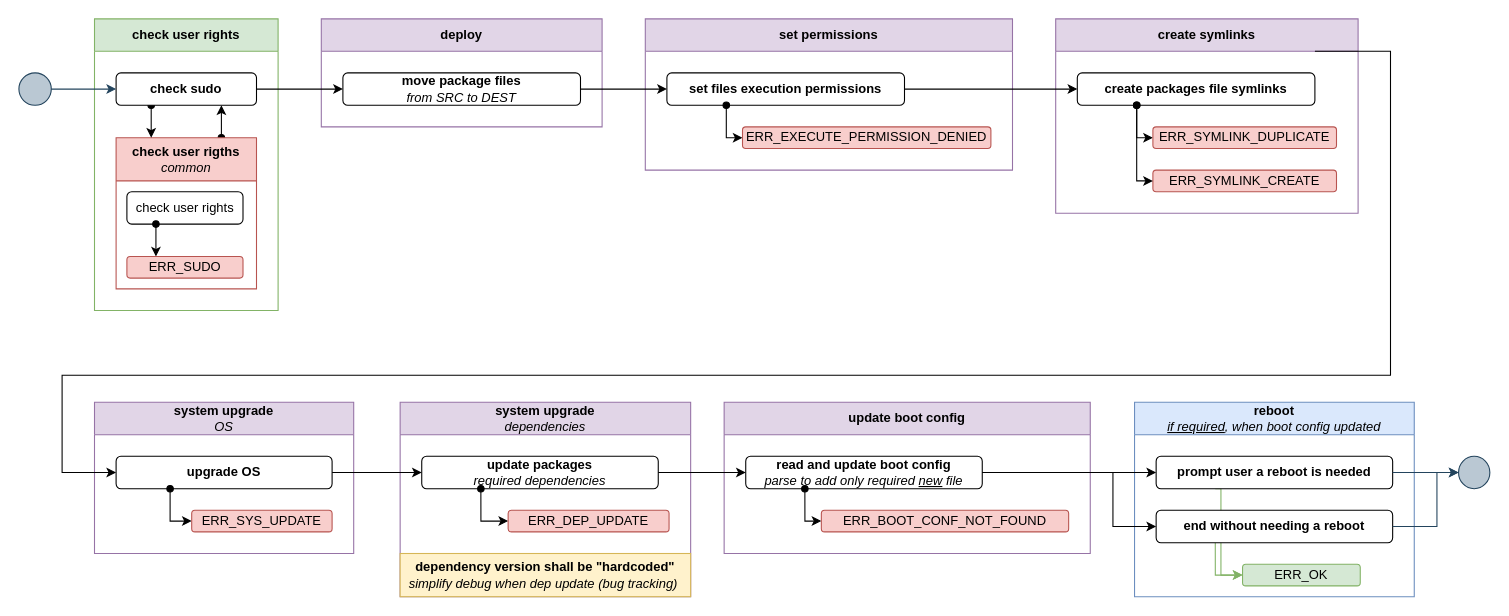
Above: page "install" (2 of 8) of docs/arch/arch.drawio in repeact/embedded-sw (draw.io), before the change. Source tidied: cells renumbered, new cells numbered last; positions are measured from the earlier drawing's top-left corner, leaving out a move shared by most shapes. Both pictures are drawn from the tidied source at 108%, with x=0, y=0 at pixel (18, 18).
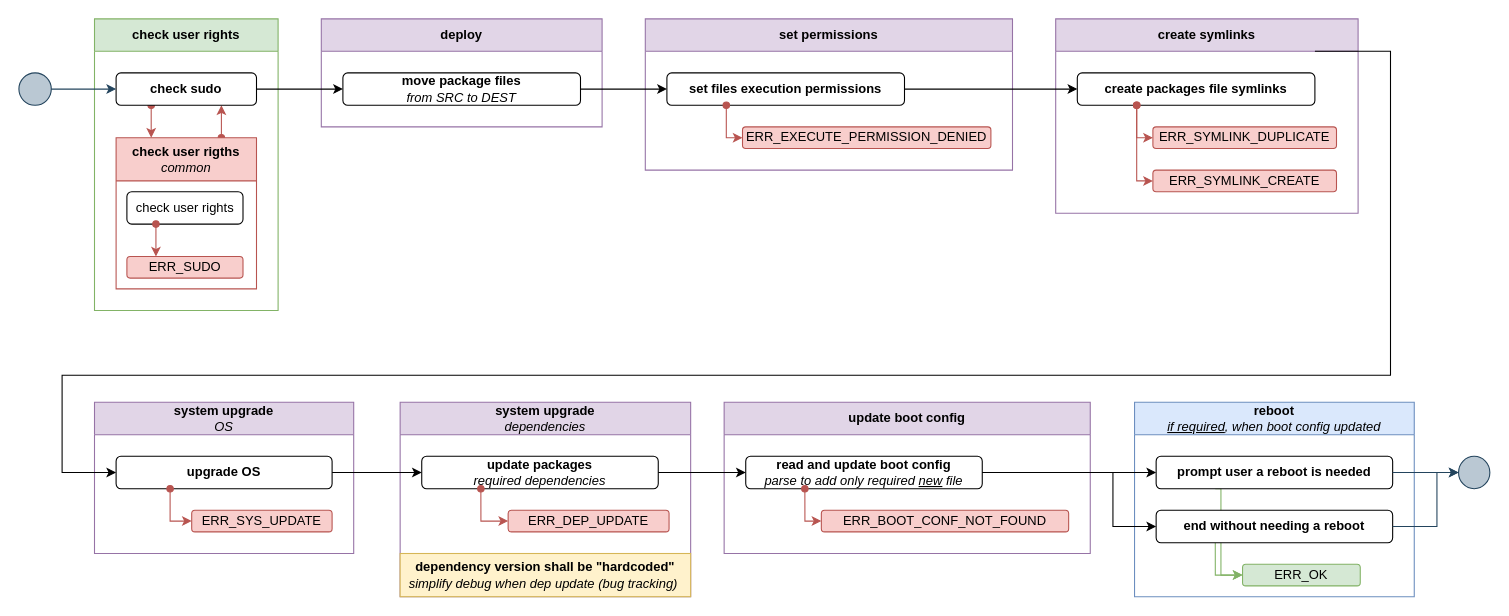
Above is the later version.

The change refers to these unchanged cells:
```xml
<mxCell id="2" value="check user rights" style="swimlane;whiteSpace=wrap;html=1;startSize=30;fillColor=#d5e8d4;strokeColor=#82b366;" parent="1" vertex="1">
  <mxGeometry x="70" width="170" height="270" as="geometry" />
</mxCell>
<mxCell id="4" value="check user rigths&lt;div&gt;&lt;i style=&quot;font-weight: normal;&quot;&gt;common&lt;/i&gt;&lt;/div&gt;" style="swimlane;whiteSpace=wrap;html=1;startSize=40;fillColor=#f8cecc;strokeColor=#b85450;" parent="2" vertex="1">
  <mxGeometry x="20" y="110" width="130" height="140" as="geometry" />
</mxCell>
<mxCell id="5" value="check user rights" style="rounded=1;whiteSpace=wrap;html=1;" parent="4" vertex="1">
  <mxGeometry x="10" y="50" width="107.5" height="30" as="geometry" />
</mxCell>
<mxCell id="7" value="ERR_SUDO" style="rounded=1;whiteSpace=wrap;html=1;fillColor=#f8cecc;strokeColor=#b85450;" parent="4" vertex="1">
  <mxGeometry x="10" y="110" width="107.5" height="20" as="geometry" />
</mxCell>
<mxCell id="9" value="&lt;b&gt;check sudo&lt;/b&gt;" style="rounded=1;whiteSpace=wrap;html=1;" parent="2" vertex="1">
  <mxGeometry x="20" y="50" width="130" height="30" as="geometry" />
</mxCell>
<mxCell id="12" value="set permissions" style="swimlane;whiteSpace=wrap;html=1;startSize=30;fillColor=#e1d5e7;strokeColor=#9673a6;" parent="1" vertex="1">
  <mxGeometry x="580" width="340" height="140" as="geometry" />
</mxCell>
<mxCell id="13" value="set files execution permissions" style="rounded=1;whiteSpace=wrap;html=1;fontStyle=1;" parent="12" vertex="1">
  <mxGeometry x="20" y="50" width="220" height="30" as="geometry" />
</mxCell>
<mxCell id="15" value="ERR_EXECUTE_PERMISSION_DENIED" style="rounded=1;whiteSpace=wrap;html=1;fillColor=#f8cecc;strokeColor=#b85450;" parent="12" vertex="1">
  <mxGeometry x="90" y="100" width="230" height="20" as="geometry" />
</mxCell>
<mxCell id="16" value="create symlinks" style="swimlane;whiteSpace=wrap;html=1;startSize=30;fillColor=#e1d5e7;strokeColor=#9673a6;" parent="1" vertex="1">
  <mxGeometry x="960" width="280" height="180" as="geometry" />
</mxCell>
<mxCell id="17" value="create packages file symlinks" style="rounded=1;whiteSpace=wrap;html=1;fontStyle=1;" parent="16" vertex="1">
  <mxGeometry x="20" y="50" width="220" height="30" as="geometry" />
</mxCell>
<mxCell id="19" value="ERR_SYMLINK_DUPLICATE" style="rounded=1;whiteSpace=wrap;html=1;fillColor=#f8cecc;strokeColor=#b85450;" parent="16" vertex="1">
  <mxGeometry x="90" y="100" width="170" height="20" as="geometry" />
</mxCell>
<mxCell id="20" value="ERR_SYMLINK_CREATE" style="rounded=1;whiteSpace=wrap;html=1;fillColor=#f8cecc;strokeColor=#b85450;" parent="16" vertex="1">
  <mxGeometry x="90" y="140" width="170" height="20" as="geometry" />
</mxCell>
<mxCell id="22" value="system upgrade&lt;div&gt;&lt;span style=&quot;font-weight: normal;&quot;&gt;&lt;i&gt;OS&lt;/i&gt;&lt;/span&gt;&lt;/div&gt;" style="swimlane;whiteSpace=wrap;html=1;startSize=30;fillColor=#e1d5e7;strokeColor=#9673a6;" parent="1" vertex="1">
  <mxGeometry x="70" y="355" width="240" height="140" as="geometry" />
</mxCell>
<mxCell id="23" value="upgrade OS" style="rounded=1;whiteSpace=wrap;html=1;fontStyle=1;" parent="22" vertex="1">
  <mxGeometry x="20" y="50" width="200" height="30" as="geometry" />
</mxCell>
<mxCell id="25" value="ERR_SYS_UPDATE" style="rounded=1;whiteSpace=wrap;html=1;fillColor=#f8cecc;strokeColor=#b85450;" parent="22" vertex="1">
  <mxGeometry x="90" y="100" width="130" height="20" as="geometry" />
</mxCell>
<mxCell id="26" value="update boot config" style="swimlane;whiteSpace=wrap;html=1;startSize=30;fillColor=#e1d5e7;strokeColor=#9673a6;" parent="1" vertex="1">
  <mxGeometry x="653" y="355" width="339" height="140" as="geometry" />
</mxCell>
<mxCell id="27" value="&lt;b&gt;read and update boot config&lt;/b&gt;&lt;div&gt;&lt;i&gt;parse to add only required &lt;u style=&quot;&quot;&gt;new&lt;/u&gt; file&lt;/i&gt;&lt;/div&gt;" style="rounded=1;whiteSpace=wrap;html=1;" parent="26" vertex="1">
  <mxGeometry x="20" y="50" width="219" height="30" as="geometry" />
</mxCell>
<mxCell id="29" value="ERR_BOOT_CONF_NOT_FOUND" style="rounded=1;whiteSpace=wrap;html=1;fillColor=#f8cecc;strokeColor=#b85450;" parent="26" vertex="1">
  <mxGeometry x="90" y="100" width="229" height="20" as="geometry" />
</mxCell>
<mxCell id="36" value="system upgrade&lt;div&gt;&lt;span style=&quot;font-weight: normal;&quot;&gt;&lt;i&gt;dependencies&lt;/i&gt;&lt;/span&gt;&lt;/div&gt;" style="swimlane;whiteSpace=wrap;html=1;startSize=30;fillColor=#e1d5e7;strokeColor=#9673a6;" parent="1" vertex="1">
  <mxGeometry x="353" y="355" width="269" height="180" as="geometry" />
</mxCell>
<mxCell id="37" value="&lt;b&gt;update packages&lt;/b&gt;&lt;div&gt;&lt;i&gt;required dependencies&lt;/i&gt;&lt;/div&gt;" style="rounded=1;whiteSpace=wrap;html=1;" parent="36" vertex="1">
  <mxGeometry x="20" y="50" width="219" height="30" as="geometry" />
</mxCell>
<mxCell id="39" value="ERR_DEP_UPDATE" style="rounded=1;whiteSpace=wrap;html=1;fillColor=#f8cecc;strokeColor=#b85450;" parent="36" vertex="1">
  <mxGeometry x="100" y="100" width="149" height="20" as="geometry" />
</mxCell>
```

The edit, as a diff of the source:
```diff
@@
-    <mxCell id="3" style="edgeStyle=orthogonalEdgeStyle;rounded=0;jettySize=auto;html=1;exitX=0.75;exitY=0;exitDx=0;exitDy=0;entryX=0.75;entryY=1;entryDx=0;entryDy=0;startArrow=oval;startFill=1;" parent="2" edge="1" source="4" target="9">
+    <mxCell id="3" style="edgeStyle=orthogonalEdgeStyle;rounded=0;jettySize=auto;html=1;exitX=0.75;exitY=0;exitDx=0;exitDy=0;entryX=0.75;entryY=1;entryDx=0;entryDy=0;startArrow=oval;startFill=1;fillColor=#f8cecc;strokeColor=#b85450;" parent="2" edge="1" source="4" target="9">
       <mxGeometry relative="1" as="geometry" />
     </mxCell>
@@
-    <mxCell id="6" style="edgeStyle=orthogonalEdgeStyle;rounded=0;jettySize=auto;html=1;entryX=0.25;entryY=0;entryDx=0;entryDy=0;startArrow=oval;startFill=1;exitX=0.25;exitY=1;exitDx=0;exitDy=0;" parent="4" edge="1" source="5" target="7">
+    <mxCell id="6" style="edgeStyle=orthogonalEdgeStyle;rounded=0;jettySize=auto;html=1;entryX=0.25;entryY=0;entryDx=0;entryDy=0;startArrow=oval;startFill=1;exitX=0.25;exitY=1;exitDx=0;exitDy=0;fillColor=#f8cecc;strokeColor=#b85450;" parent="4" edge="1" source="5" target="7">
       <mxGeometry relative="1" as="geometry" />
     </mxCell>
@@
-    <mxCell id="8" style="edgeStyle=orthogonalEdgeStyle;rounded=0;jettySize=auto;html=1;exitX=0.25;exitY=1;exitDx=0;exitDy=0;entryX=0.25;entryY=0;entryDx=0;entryDy=0;startArrow=oval;startFill=1;" parent="2" edge="1" source="9" target="4">
+    <mxCell id="8" style="edgeStyle=orthogonalEdgeStyle;rounded=0;jettySize=auto;html=1;exitX=0.25;exitY=1;exitDx=0;exitDy=0;entryX=0.25;entryY=0;entryDx=0;entryDy=0;startArrow=oval;startFill=1;fillColor=#f8cecc;strokeColor=#b85450;" parent="2" edge="1" source="9" target="4">
       <mxGeometry relative="1" as="geometry" />
     </mxCell>
@@
-    <mxCell id="14" style="edgeStyle=orthogonalEdgeStyle;rounded=0;jettySize=auto;html=1;exitX=0.25;exitY=1;exitDx=0;exitDy=0;entryX=0;entryY=0.5;entryDx=0;entryDy=0;startArrow=oval;startFill=1;" parent="12" edge="1" source="13" target="15">
+    <mxCell id="14" style="edgeStyle=orthogonalEdgeStyle;rounded=0;jettySize=auto;html=1;exitX=0.25;exitY=1;exitDx=0;exitDy=0;entryX=0;entryY=0.5;entryDx=0;entryDy=0;startArrow=oval;startFill=1;fillColor=#f8cecc;strokeColor=#b85450;" parent="12" edge="1" source="13" target="15">
       <mxGeometry relative="1" as="geometry">
         <Array as="points">
           <mxPoint x="75" y="110" />
         </Array>
       </mxGeometry>
     </mxCell>
@@
-    <mxCell id="18" style="edgeStyle=orthogonalEdgeStyle;rounded=0;jettySize=auto;html=1;entryX=0;entryY=0.5;entryDx=0;entryDy=0;startArrow=oval;startFill=1;exitX=0.25;exitY=1;exitDx=0;exitDy=0;" parent="16" edge="1" source="17" target="19">
+    <mxCell id="18" style="edgeStyle=orthogonalEdgeStyle;rounded=0;jettySize=auto;html=1;entryX=0;entryY=0.5;entryDx=0;entryDy=0;startArrow=oval;startFill=1;exitX=0.25;exitY=1;exitDx=0;exitDy=0;fillColor=#f8cecc;strokeColor=#b85450;" parent="16" edge="1" source="17" target="19">
       <mxGeometry relative="1" as="geometry">
         <Array as="points">
           <mxPoint x="75" y="110" />
         </Array>
       </mxGeometry>
     </mxCell>
@@
-    <mxCell id="21" style="edgeStyle=orthogonalEdgeStyle;rounded=0;jettySize=auto;html=1;exitX=0;exitY=0.5;exitDx=0;exitDy=0;startArrow=classic;startFill=1;endArrow=oval;endFill=1;entryX=0.25;entryY=1;entryDx=0;entryDy=0;" parent="16" edge="1" source="20" target="17">
+    <mxCell id="21" style="edgeStyle=orthogonalEdgeStyle;rounded=0;jettySize=auto;html=1;exitX=0;exitY=0.5;exitDx=0;exitDy=0;startArrow=classic;startFill=1;endArrow=oval;endFill=1;entryX=0.25;entryY=1;entryDx=0;entryDy=0;fillColor=#f8cecc;strokeColor=#b85450;" parent="16" edge="1" source="20" target="17">
       <mxGeometry relative="1" as="geometry">
         <Array as="points">
           <mxPoint x="75" y="150" />
         </Array>
       </mxGeometry>
     </mxCell>
@@
-    <mxCell id="24" style="edgeStyle=orthogonalEdgeStyle;rounded=0;jettySize=auto;html=1;exitX=0.25;exitY=1;exitDx=0;exitDy=0;entryX=0;entryY=0.5;entryDx=0;entryDy=0;startArrow=oval;startFill=1;" parent="22" edge="1" source="23" target="25">
+    <mxCell id="24" style="edgeStyle=orthogonalEdgeStyle;rounded=0;jettySize=auto;html=1;exitX=0.25;exitY=1;exitDx=0;exitDy=0;entryX=0;entryY=0.5;entryDx=0;entryDy=0;startArrow=oval;startFill=1;fillColor=#f8cecc;strokeColor=#b85450;" parent="22" edge="1" source="23" target="25">
       <mxGeometry relative="1" as="geometry">
         <Array as="points">
           <mxPoint x="70" y="110" />
         </Array>
       </mxGeometry>
     </mxCell>
@@
-    <mxCell id="28" style="edgeStyle=orthogonalEdgeStyle;rounded=0;jettySize=auto;html=1;exitX=0.25;exitY=1;exitDx=0;exitDy=0;entryX=0;entryY=0.5;entryDx=0;entryDy=0;startArrow=oval;startFill=1;" parent="26" edge="1" source="27" target="29">
+    <mxCell id="28" style="edgeStyle=orthogonalEdgeStyle;rounded=0;jettySize=auto;html=1;exitX=0.25;exitY=1;exitDx=0;exitDy=0;entryX=0;entryY=0.5;entryDx=0;entryDy=0;startArrow=oval;startFill=1;fillColor=#f8cecc;strokeColor=#b85450;" parent="26" edge="1" source="27" target="29">
       <mxGeometry relative="1" as="geometry">
         <Array as="points">
           <mxPoint x="75" y="110" />
         </Array>
       </mxGeometry>
     </mxCell>
@@
-    <mxCell id="38" style="edgeStyle=orthogonalEdgeStyle;rounded=0;jettySize=auto;html=1;exitX=0.25;exitY=1;exitDx=0;exitDy=0;entryX=0;entryY=0.5;entryDx=0;entryDy=0;startArrow=oval;startFill=1;" parent="36" edge="1" source="37" target="39">
+    <mxCell id="38" style="edgeStyle=orthogonalEdgeStyle;rounded=0;jettySize=auto;html=1;exitX=0.25;exitY=1;exitDx=0;exitDy=0;entryX=0;entryY=0.5;entryDx=0;entryDy=0;startArrow=oval;startFill=1;fillColor=#f8cecc;strokeColor=#b85450;" parent="36" edge="1" source="37" target="39">
       <mxGeometry relative="1" as="geometry">
         <Array as="points">
           <mxPoint x="75" y="110" />
         </Array>
       </mxGeometry>
     </mxCell>
```
